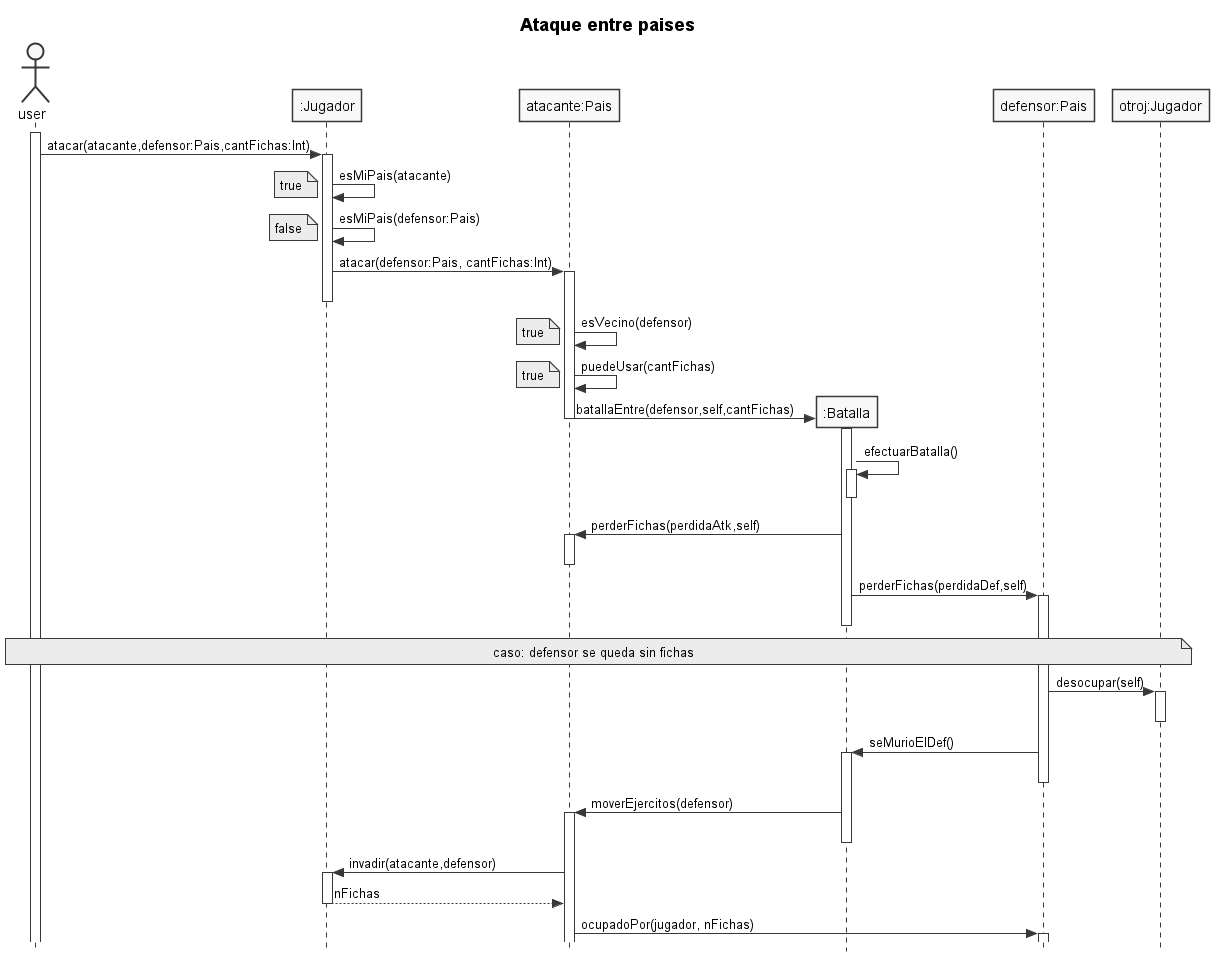
This is UML/Secuencia.png from Gabrielsem/A.L.T.E.G.O., a PlantUML export, as it was before one commit. Source of this version:
```plantuml
@startuml
skinparam style strictuml
skinparam classAttributeIconSize 0
skinparam monochrome true

title **Ataque entre paises**

actor user
participant jugador as ":Jugador"
participant atk as "atacante:Pais"
participant batalla as ":Batalla"
participant def as "defensor:Pais"
participant defJ as "otroj:Jugador"

user ++
user -> jugador ++: atacar(atacante,defensor:Pais,cantFichas:Int)

jugador -> jugador : esMiPais(atacante)
note left
	true
end note

jugador -> jugador : esMiPais(defensor:Pais)
note left
	false
end note

jugador -> atk ++: atacar(defensor:Pais, cantFichas:Int)
jugador --

atk -> atk : esVecino(defensor)
note left
	true
end note

atk -> atk: puedeUsar(cantFichas)
note left
	true
end note

atk -> batalla **: batallaEntre(defensor,self,cantFichas)
batalla ++
atk --
batalla -> batalla ++: efectuarBatalla()
batalla --
atk <- batalla ++: perderFichas(perdidaAtk,self)
atk --
batalla -> def ++: perderFichas(perdidaDef,self)
batalla --
note over user,defJ
	caso: defensor se queda sin fichas
end note

def -> defJ ++: desocupar(self)
defJ--

batalla <- def ++ : seMurioElDef()
def --
atk <- batalla ++ : moverEjercitos(defensor)
batalla --

jugador <- atk ++: invadir(atacante,defensor)
jugador --> atk -- : nFichas

atk -> def ++: ocupadoPor(jugador, nFichas)



@enduml
```
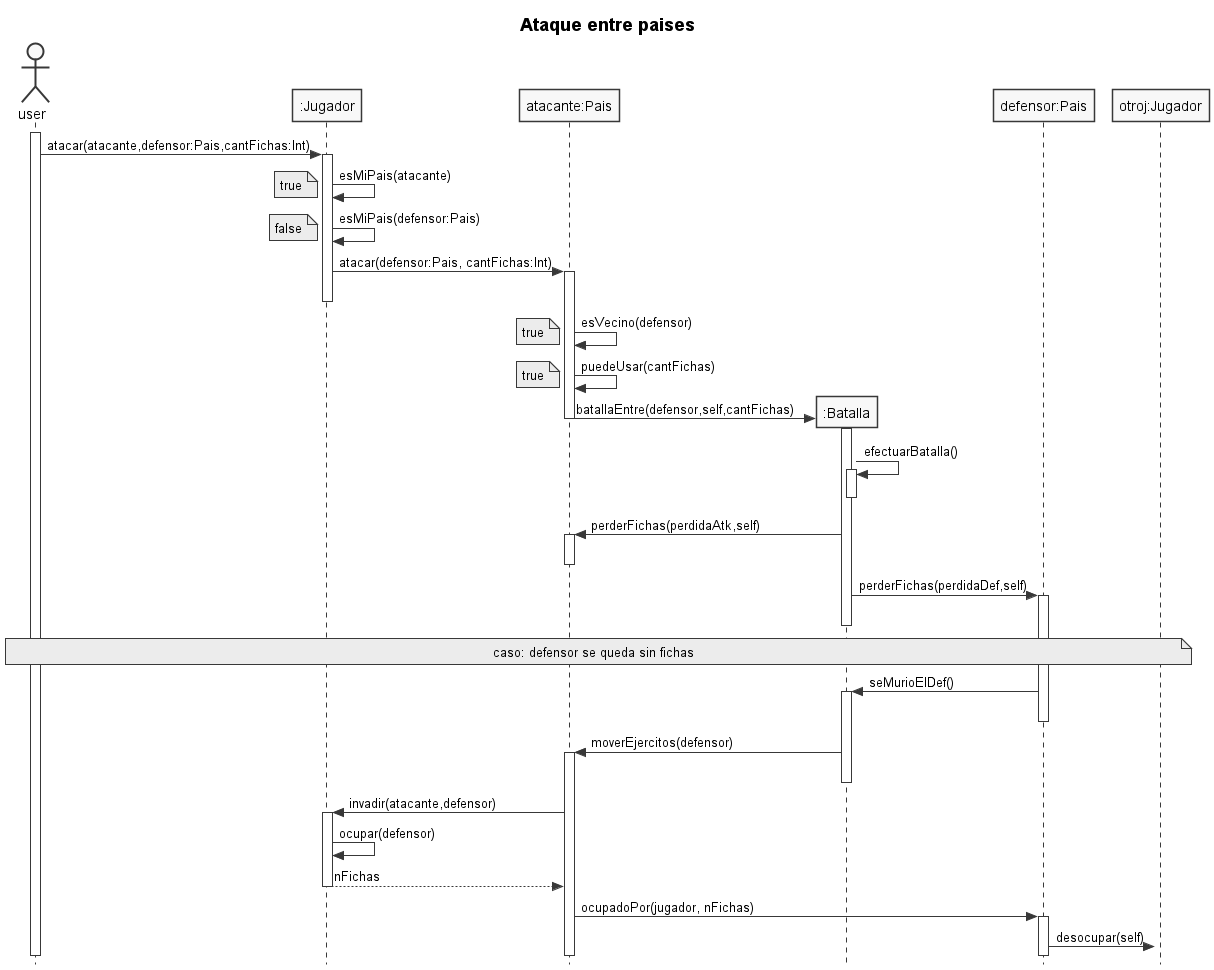
After the commit.

Change to the diagram source:
```diff
@@ -51,7 +51,7 @@
 	caso: defensor se queda sin fichas
 end note
 
-def -> defJ ++: desocupar(self)
+
 defJ--
 
 batalla <- def ++ : seMurioElDef()
@@ -60,9 +60,11 @@
 batalla --
 
 jugador <- atk ++: invadir(atacante,defensor)
+jugador -> jugador: ocupar(defensor)
 jugador --> atk -- : nFichas
 
 atk -> def ++: ocupadoPor(jugador, nFichas)
+def -> defJ ++: desocupar(self)
 
 
 
```
